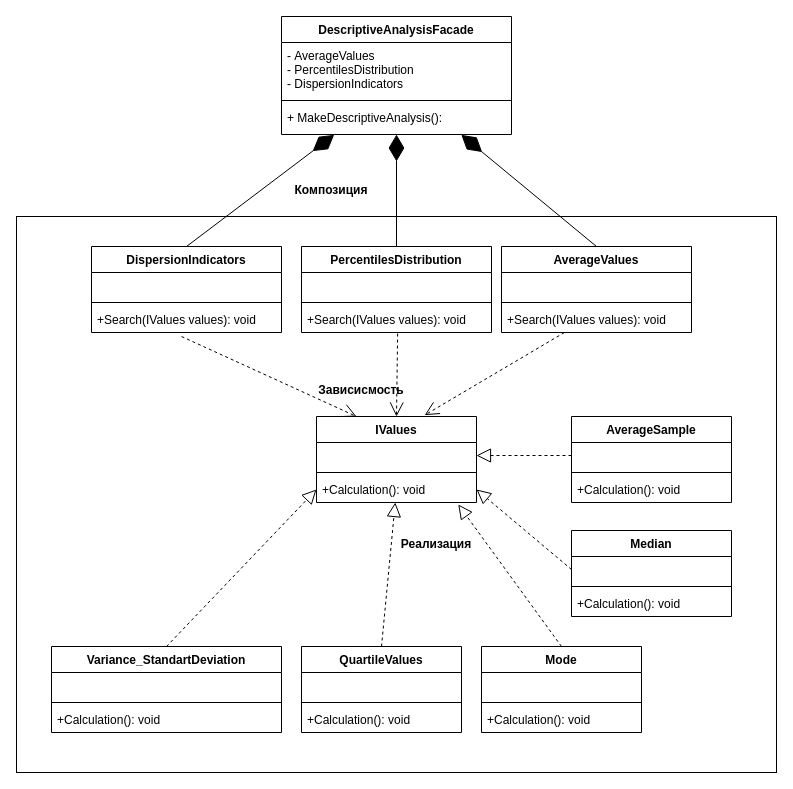
Before: page "Page-1" (1 of 3) of 1_Pattern/Схема по шаблонам.drawio in KomogortsevaYulia/TRPK, a draw.io diagram. Source tidied: cells renumbered, new cells numbered last; positions are measured from the earlier drawing's top-left corner, leaving out a move shared by most shapes. Both pictures are drawn from the tidied source at 100%, with x=0, y=0 at pixel (16, 16).
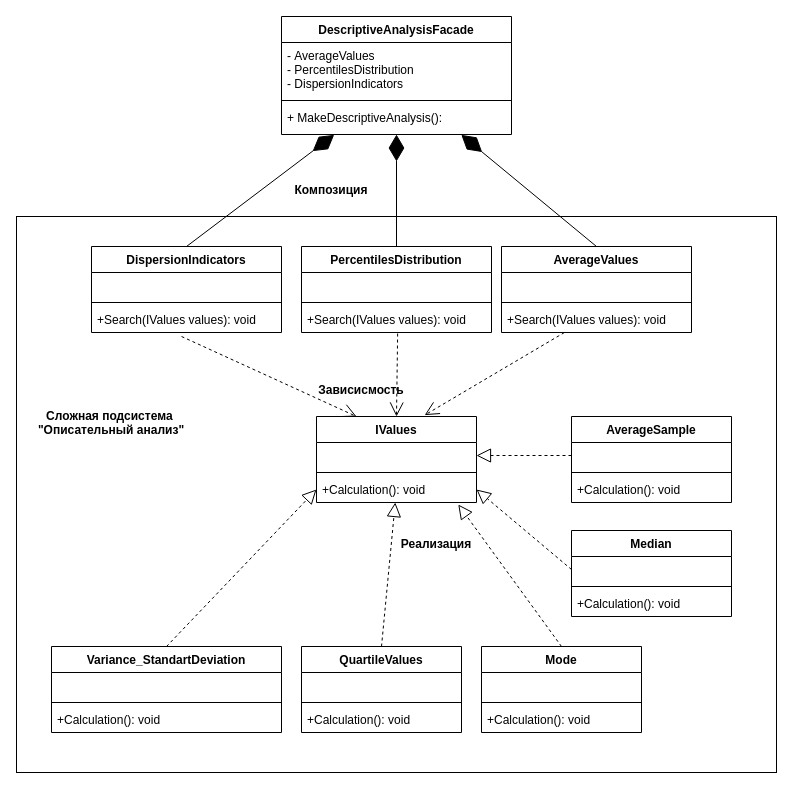
The same page after the edit.

Diff of the diagram source:
```diff
@@
+    <mxCell id="57" value="Сложная подсистема &#10;&quot;Описательный анализ&quot;" style="text;align=center;fontStyle=1;verticalAlign=middle;spacingLeft=3;spacingRight=3;strokeColor=none;" parent="1" vertex="1">
+      <mxGeometry x="55" y="393" width="80" height="26" as="geometry" />
+    </mxCell>
```
